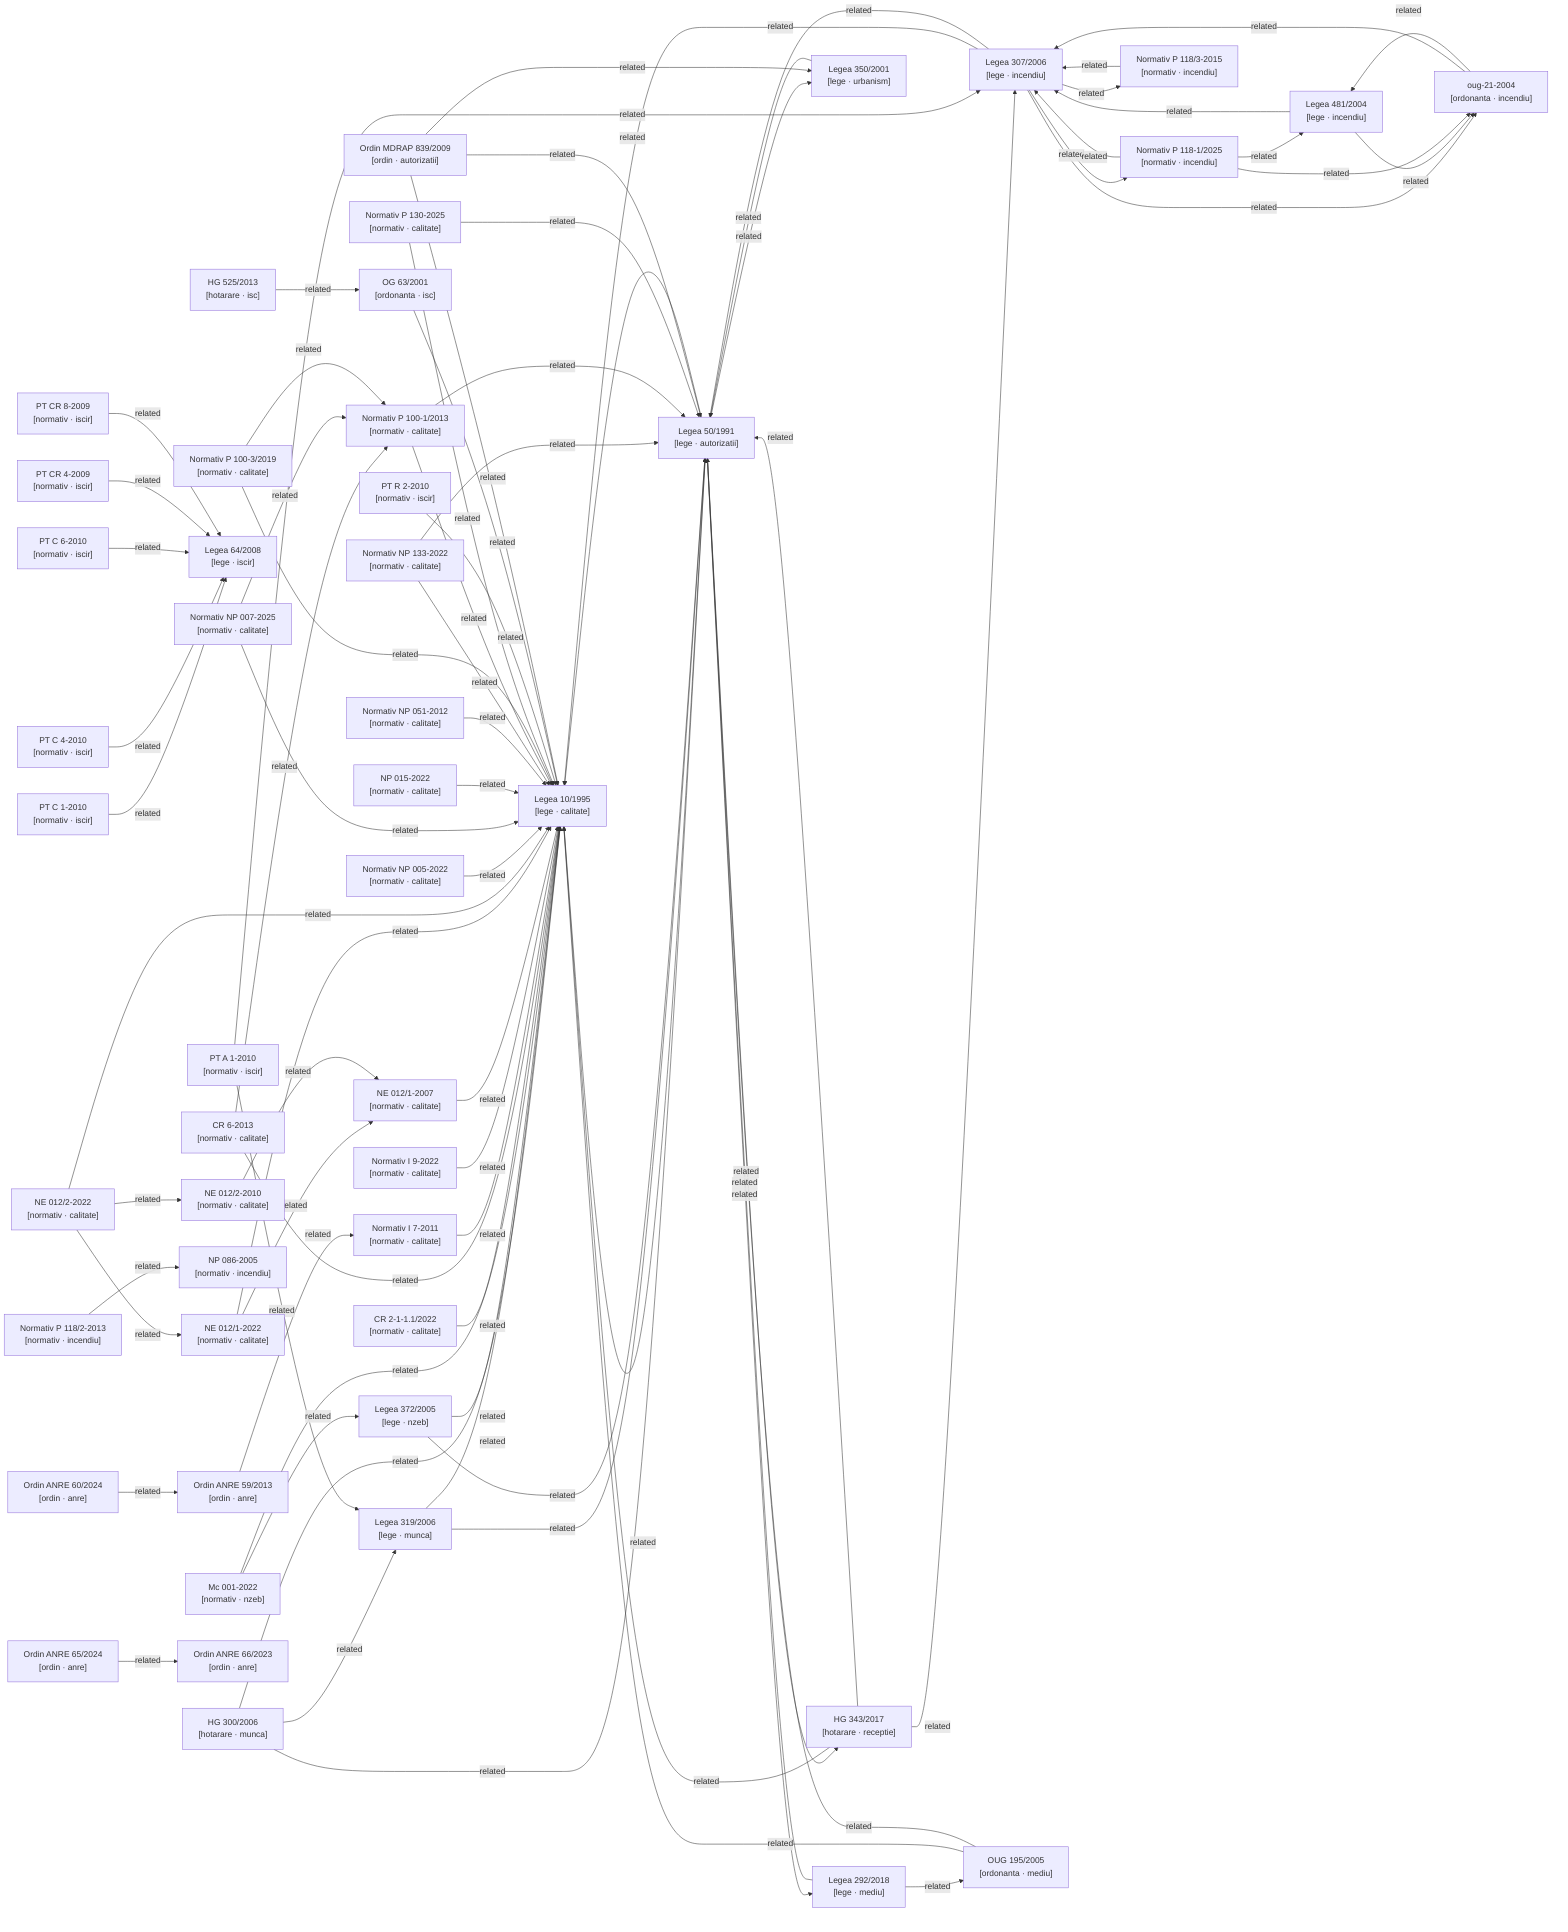
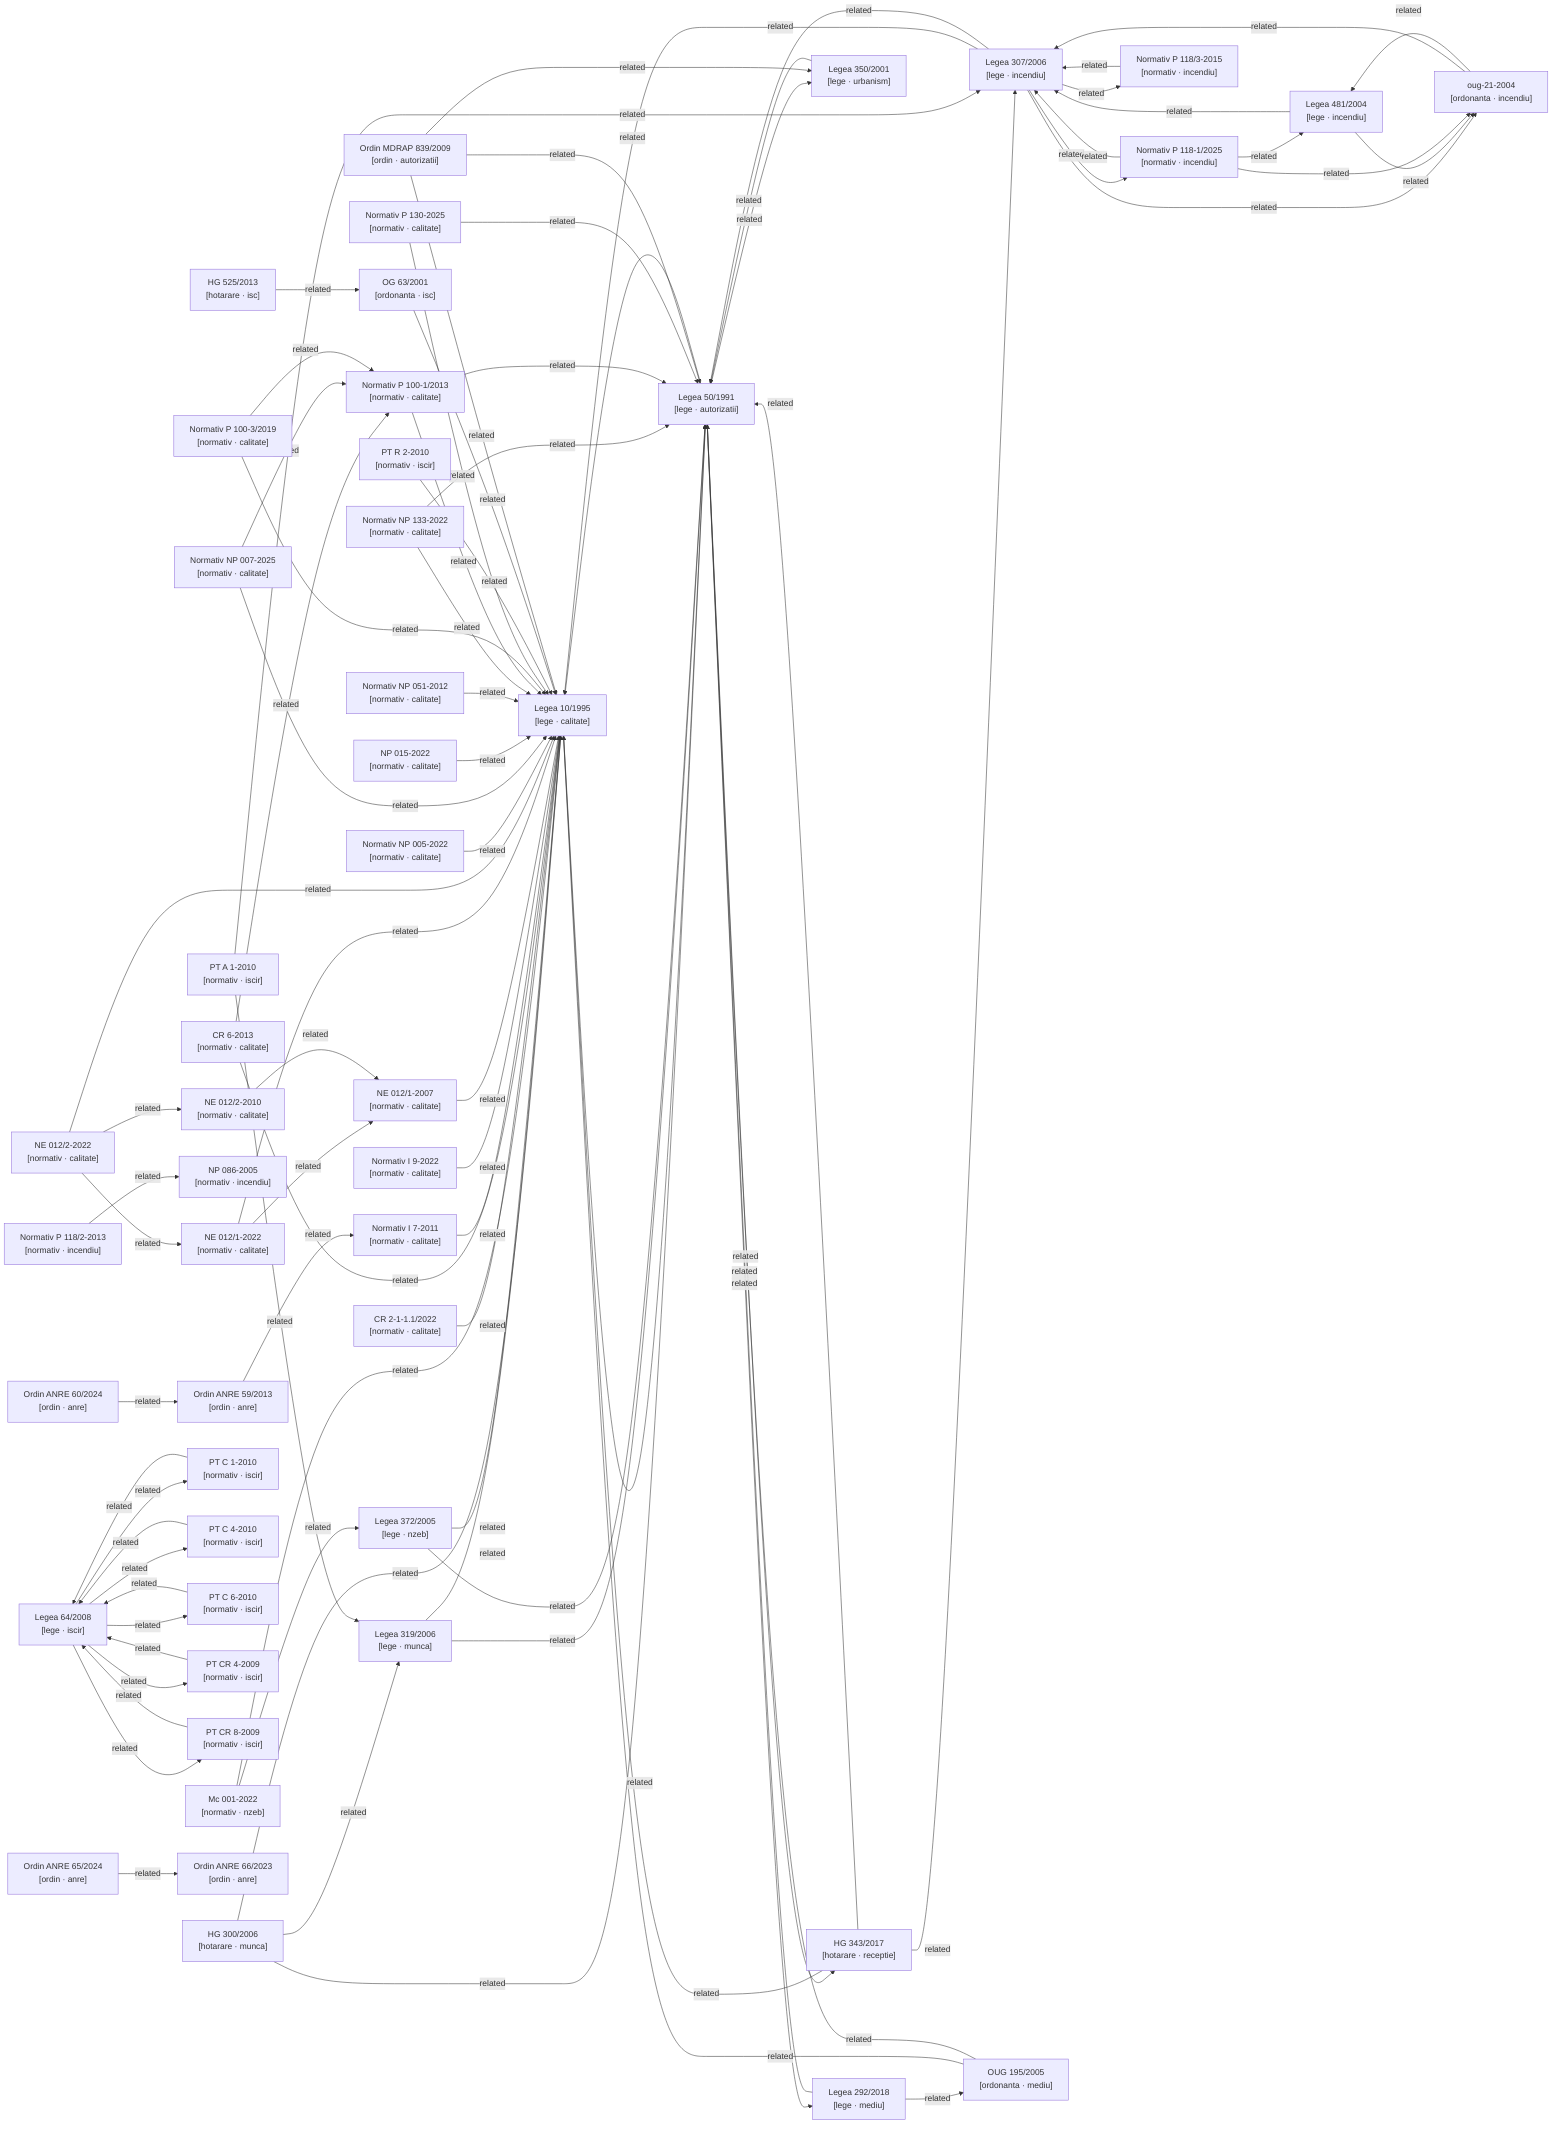
graph LR

  %% Nodes
  hg-300-2006["HG 300/2006\n[hotarare · munca]"]
  hg-343-2017["HG 343/2017\n[hotarare · receptie]"]
  hg-525-2013["HG 525/2013\n[hotarare · isc]"]
  lege-10-1995["Legea 10/1995\n[lege · calitate]"]
  lege-292-2018["Legea 292/2018\n[lege · mediu]"]
  lege-307-2006["Legea 307/2006\n[lege · incendiu]"]
  lege-319-2006["Legea 319/2006\n[lege · munca]"]
  lege-350-2001["Legea 350/2001\n[lege · urbanism]"]
  lege-372-2005["Legea 372/2005\n[lege · nzeb]"]
  lege-481-2004["Legea 481/2004\n[lege · incendiu]"]
  lege-50-1991["Legea 50/1991\n[lege · autorizatii]"]
  lege-64-2008["Legea 64/2008\n[lege · iscir]"]
  metodologie-mc001-2022["Mc 001-2022\n[normativ · nzeb]"]
  normativ-cr2-1-1-1-2022["CR 2-1-1.1/2022\n[normativ · calitate]"]
  normativ-cr6-2013["CR 6-2013\n[normativ · calitate]"]
  normativ-i7-2011["Normativ I 7-2011\n[normativ · calitate]"]
  normativ-i9-2022["Normativ I 9-2022\n[normativ · calitate]"]
  normativ-ne012-1-2007["NE 012/1-2007\n[normativ · calitate]"]
  normativ-ne012-1-2022["NE 012/1-2022\n[normativ · calitate]"]
  normativ-ne012-2-2010["NE 012/2-2010\n[normativ · calitate]"]
  normativ-ne012-2-2022["NE 012/2-2022\n[normativ · calitate]"]
  normativ-np005-2022["Normativ NP 005-2022\n[normativ · calitate]"]
  normativ-np007-2025["Normativ NP 007-2025\n[normativ · calitate]"]
  normativ-np015-2022["NP 015-2022\n[normativ · calitate]"]
  normativ-np051-2012["Normativ NP 051-2012\n[normativ · calitate]"]
  normativ-np086-2005["NP 086-2005\n[normativ · incendiu]"]
  normativ-np133-2022["Normativ NP 133-2022\n[normativ · calitate]"]
  normativ-p100-1-2013["Normativ P 100-1/2013\n[normativ · calitate]"]
  normativ-p100-3-2019["Normativ P 100-3/2019\n[normativ · calitate]"]
  normativ-p118-1-2025["Normativ P 118-1/2025\n[normativ · incendiu]"]
  normativ-p118-2-2013["Normativ P 118/2-2013\n[normativ · incendiu]"]
  normativ-p118-3-2015["Normativ P 118/3-2015\n[normativ · incendiu]"]
  normativ-p130-2025["Normativ P 130-2025\n[normativ · calitate]"]
  normativ-pt-a1-2010["PT A 1-2010\n[normativ · iscir]"]
  normativ-pt-c1-2010["PT C 1-2010\n[normativ · iscir]"]
  normativ-pt-c4-2010["PT C 4-2010\n[normativ · iscir]"]
  normativ-pt-c6-2010["PT C 6-2010\n[normativ · iscir]"]
  normativ-pt-cr4-2009["PT CR 4-2009\n[normativ · iscir]"]
  normativ-pt-cr8-2009["PT CR 8-2009\n[normativ · iscir]"]
  normativ-pt-r2-2010["PT R 2-2010\n[normativ · iscir]"]
  og-63-2001["OG 63/2001\n[ordonanta · isc]"]
  ordin-839-2009["Ordin MDRAP 839/2009\n[ordin · autorizatii]"]
  ordin-anre-59-2013["Ordin ANRE 59/2013\n[ordin · anre]"]
  ordin-anre-60-2024["Ordin ANRE 60/2024\n[ordin · anre]"]
  ordin-anre-65-2024["Ordin ANRE 65/2024\n[ordin · anre]"]
  ordin-anre-66-2023["Ordin ANRE 66/2023\n[ordin · anre]"]
  oug-195-2005["OUG 195/2005\n[ordonanta · mediu]"]
  oug-21-2004["oug-21-2004\n[ordonanta · incendiu]"]

  %% Confirmed relationships (from metadata related_acts)
  hg-300-2006 -->|related| lege-10-1995
  hg-300-2006 -->|related| lege-319-2006
  hg-300-2006 -->|related| lege-50-1991
  hg-343-2017 -->|related| lege-10-1995
  hg-343-2017 -->|related| lege-307-2006
  hg-343-2017 -->|related| lege-50-1991
  hg-525-2013 -->|related| og-63-2001
  lege-10-1995 -->|related| lege-50-1991
  lege-292-2018 -->|related| lege-50-1991
  lege-292-2018 -->|related| oug-195-2005
  lege-307-2006 -->|related| lege-10-1995
  lege-307-2006 -->|related| lege-50-1991
  lege-307-2006 -->|related| normativ-p118-1-2025
  lege-307-2006 -->|related| normativ-p118-3-2015
  lege-307-2006 -->|related| oug-21-2004
  lege-319-2006 -->|related| lege-10-1995
  lege-319-2006 -->|related| lege-50-1991
  lege-350-2001 -->|related| lege-50-1991
  lege-372-2005 -->|related| lege-10-1995
  lege-372-2005 -->|related| lege-50-1991
  lege-481-2004 -->|related| lege-307-2006
  lege-481-2004 -->|related| oug-21-2004
  lege-50-1991 -->|related| hg-343-2017
  lege-50-1991 -->|related| lege-10-1995
  lege-50-1991 -->|related| lege-292-2018
  lege-50-1991 -->|related| lege-350-2001
+   lege-64-2008 -->|related| normativ-pt-c1-2010
+   lege-64-2008 -->|related| normativ-pt-c4-2010
+   lege-64-2008 -->|related| normativ-pt-c6-2010
+   lege-64-2008 -->|related| normativ-pt-cr4-2009
+   lege-64-2008 -->|related| normativ-pt-cr8-2009
  metodologie-mc001-2022 -->|related| lege-10-1995
  metodologie-mc001-2022 -->|related| lege-372-2005
  normativ-cr2-1-1-1-2022 -->|related| lege-10-1995
  normativ-cr6-2013 -->|related| lege-10-1995
  normativ-cr6-2013 -->|related| normativ-p100-1-2013
  normativ-i7-2011 -->|related| lege-10-1995
  normativ-i9-2022 -->|related| lege-10-1995
  normativ-ne012-1-2007 -->|related| lege-10-1995
  normativ-ne012-1-2022 -->|related| lege-10-1995
  normativ-ne012-1-2022 -->|related| normativ-ne012-1-2007
  normativ-ne012-2-2010 -->|related| normativ-ne012-1-2007
  normativ-ne012-2-2022 -->|related| lege-10-1995
  normativ-ne012-2-2022 -->|related| normativ-ne012-1-2022
  normativ-ne012-2-2022 -->|related| normativ-ne012-2-2010
  normativ-np005-2022 -->|related| lege-10-1995
  normativ-np007-2025 -->|related| lege-10-1995
  normativ-np007-2025 -->|related| normativ-p100-1-2013
  normativ-np015-2022 -->|related| lege-10-1995
  normativ-np051-2012 -->|related| lege-10-1995
  normativ-np133-2022 -->|related| lege-10-1995
  normativ-np133-2022 -->|related| lege-50-1991
  normativ-p100-1-2013 -->|related| lege-10-1995
  normativ-p100-1-2013 -->|related| lege-50-1991
  normativ-p100-3-2019 -->|related| lege-10-1995
  normativ-p100-3-2019 -->|related| normativ-p100-1-2013
  normativ-p118-1-2025 -->|related| lege-307-2006
  normativ-p118-1-2025 -->|related| lege-481-2004
  normativ-p118-1-2025 -->|related| oug-21-2004
  normativ-p118-2-2013 -->|related| normativ-np086-2005
  normativ-p118-3-2015 -->|related| lege-307-2006
  normativ-p130-2025 -->|related| lege-10-1995
  normativ-p130-2025 -->|related| lege-50-1991
  normativ-pt-a1-2010 -->|related| lege-307-2006
  normativ-pt-a1-2010 -->|related| lege-319-2006
  normativ-pt-c1-2010 -->|related| lege-64-2008
  normativ-pt-c4-2010 -->|related| lege-64-2008
  normativ-pt-c6-2010 -->|related| lege-64-2008
  normativ-pt-cr4-2009 -->|related| lege-64-2008
  normativ-pt-cr8-2009 -->|related| lege-64-2008
  normativ-pt-r2-2010 -->|related| lege-10-1995
  og-63-2001 -->|related| lege-10-1995
  ordin-839-2009 -->|related| lege-10-1995
  ordin-839-2009 -->|related| lege-350-2001
  ordin-839-2009 -->|related| lege-50-1991
  ordin-anre-59-2013 -->|related| normativ-i7-2011
  ordin-anre-60-2024 -->|related| ordin-anre-59-2013
  ordin-anre-65-2024 -->|related| ordin-anre-66-2023
  oug-195-2005 -->|related| lege-10-1995
  oug-195-2005 -->|related| lege-50-1991
  oug-21-2004 -->|related| lege-307-2006
  oug-21-2004 -->|related| lege-481-2004

  %% Auto-detected relationships (needs_review)
